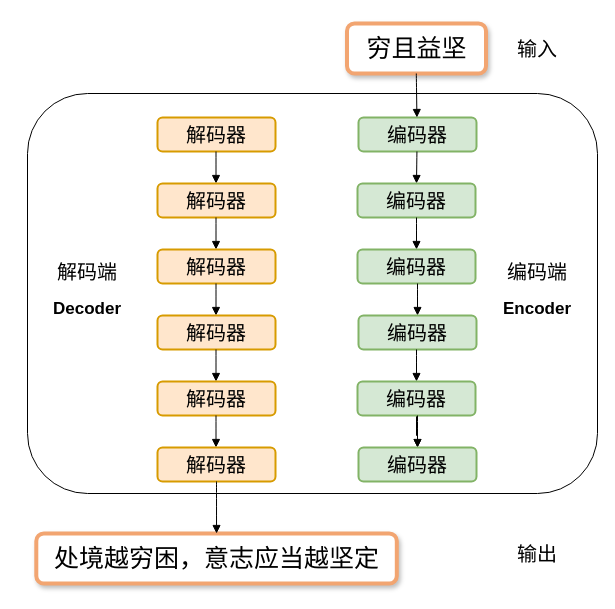
This is 未命名绘图.drawio from Mo-DuQian/rhetoric-poem-data, a draw.io file, before an edit. Source tidied: cells renumbered, new cells numbered last; positions are measured from the earlier drawing's top-left corner, leaving out a move shared by most shapes. Both pictures are drawn from the tidied source at 100%, with x=0, y=0 at pixel (27, 18).
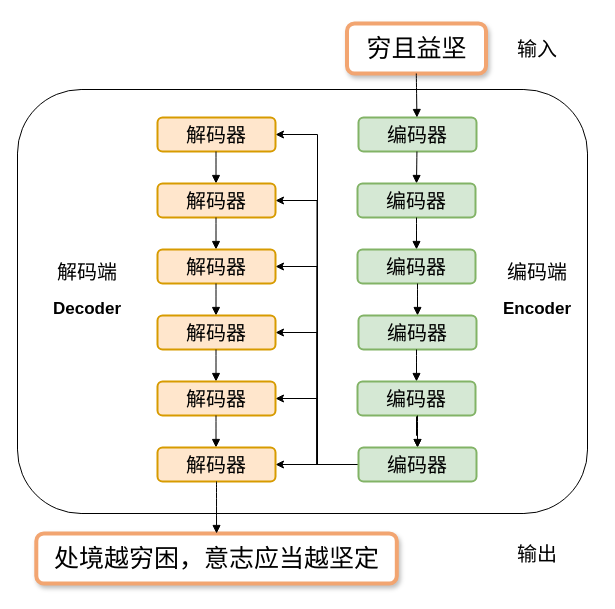
After the change.

Commit message (it also covers changes not shown here):
更新未命名绘图.drawio

Unchanged cells that the change refers to:
```xml
<mxCell id="16" value="编码器" style="whiteSpace=wrap;strokeWidth=2;fontSize=20;fontFamily=Verdana;fillColor=#d5e8d4;strokeColor=#82b366;rounded=1;" parent="1" vertex="1">
  <mxGeometry x="331" y="429" width="118" height="34" as="geometry" />
</mxCell>
<mxCell id="17" value="解码器" style="whiteSpace=wrap;strokeWidth=2;fontSize=20;fontFamily=Verdana;fillColor=#ffe6cc;strokeColor=#d79b00;rounded=1;" parent="1" vertex="1">
  <mxGeometry x="130" y="99" width="118" height="34" as="geometry" />
</mxCell>
<mxCell id="19" value="解码器" style="whiteSpace=wrap;strokeWidth=2;fontSize=20;fontFamily=Verdana;fillColor=#ffe6cc;strokeColor=#d79b00;rounded=1;" parent="1" vertex="1">
  <mxGeometry x="130" y="165" width="118" height="34" as="geometry" />
</mxCell>
<mxCell id="21" value="解码器" style="whiteSpace=wrap;strokeWidth=2;fontSize=20;fontFamily=Verdana;fillColor=#ffe6cc;strokeColor=#d79b00;rounded=1;" parent="1" vertex="1">
  <mxGeometry x="130" y="231" width="118" height="34" as="geometry" />
</mxCell>
<mxCell id="23" value="解码器" style="whiteSpace=wrap;strokeWidth=2;fontSize=20;fontFamily=Verdana;fillColor=#ffe6cc;strokeColor=#d79b00;rounded=1;" parent="1" vertex="1">
  <mxGeometry x="130" y="297" width="118" height="34" as="geometry" />
</mxCell>
<mxCell id="25" value="解码器" style="whiteSpace=wrap;strokeWidth=2;fontSize=20;fontFamily=Verdana;fillColor=#ffe6cc;strokeColor=#d79b00;rounded=1;" parent="1" vertex="1">
  <mxGeometry x="130" y="363" width="118" height="34" as="geometry" />
</mxCell>
<mxCell id="27" value="解码器" style="whiteSpace=wrap;strokeWidth=2;fontSize=20;fontFamily=Verdana;fillColor=#ffe6cc;strokeColor=#d79b00;rounded=1;" parent="1" vertex="1">
  <mxGeometry x="130" y="429" width="118" height="34" as="geometry" />
</mxCell>
```

Change to the diagram source:
```diff
@@
     <mxCell id="2" style="rounded=1;whiteSpace=wrap;html=1;textOpacity=0;" parent="1" vertex="1">
-      <mxGeometry y="75" width="570" height="400" as="geometry" />
+      <mxGeometry x="-10" y="71" width="570" height="424" as="geometry" />
     </mxCell>
@@
+    <mxCell id="34" style="edgeStyle=orthogonalEdgeStyle;rounded=0;jettySize=auto;html=1;" parent="1" edge="1" source="16" target="27">
+      <mxGeometry relative="1" as="geometry" />
+    </mxCell>
+    <mxCell id="35" style="edgeStyle=orthogonalEdgeStyle;rounded=0;jettySize=auto;html=1;entryX=1;entryY=0.5;entryDx=0;entryDy=0;" parent="1" edge="1" target="17">
+      <mxGeometry relative="1" as="geometry">
+        <mxPoint x="290" y="385" as="sourcePoint" />
+        <Array as="points">
+          <mxPoint x="290" y="446" />
+          <mxPoint x="290" y="116" />
+        </Array>
+      </mxGeometry>
+    </mxCell>
+    <mxCell id="36" style="edgeStyle=orthogonalEdgeStyle;rounded=0;jettySize=auto;html=1;entryX=1;entryY=0.5;entryDx=0;entryDy=0;" parent="1" edge="1" source="16" target="19">
+      <mxGeometry relative="1" as="geometry" />
+    </mxCell>
+    <mxCell id="37" style="edgeStyle=orthogonalEdgeStyle;rounded=0;jettySize=auto;html=1;entryX=1;entryY=0.5;entryDx=0;entryDy=0;" parent="1" edge="1" source="16" target="21">
+      <mxGeometry relative="1" as="geometry" />
+    </mxCell>
+    <mxCell id="38" style="edgeStyle=orthogonalEdgeStyle;rounded=0;jettySize=auto;html=1;entryX=1;entryY=0.5;entryDx=0;entryDy=0;" parent="1" edge="1" source="16" target="23">
+      <mxGeometry relative="1" as="geometry" />
+    </mxCell>
+    <mxCell id="39" style="edgeStyle=orthogonalEdgeStyle;rounded=0;jettySize=auto;html=1;entryX=1;entryY=0.5;entryDx=0;entryDy=0;" parent="1" edge="1" source="16" target="25">
+      <mxGeometry relative="1" as="geometry" />
+    </mxCell>
```
